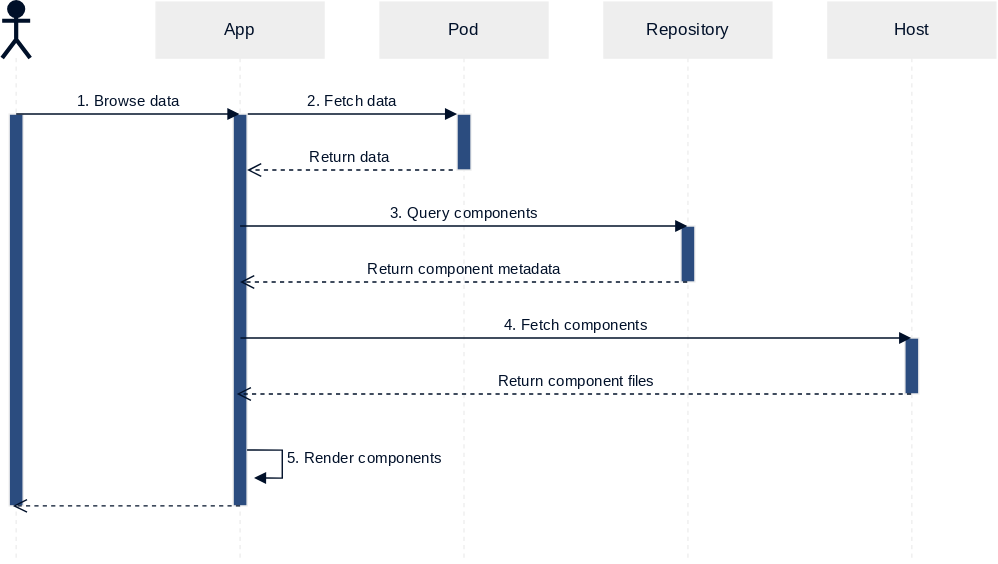
The draw.io diagram packages/semcom-core/docs/modules/introduction/images/sequence.svg in useid/semcom, before a commit. Source tidied: cells renumbered, new cells last; positions are measured from the earlier drawing's top-left corner, leaving out a move shared by most shapes.
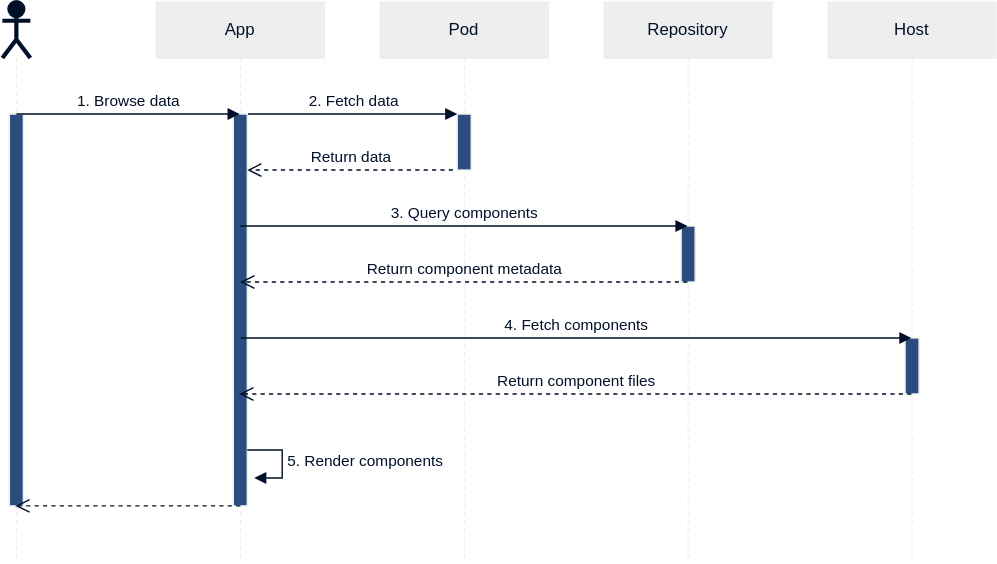
After the change.

The edit, as a diff of the source:
```diff
@@ -2,73 +2,73 @@
   <root>
     <mxCell id="0" />
     <mxCell id="1" parent="0" />
-    <mxCell id="2" value="App" style="shape=umlLifeline;perimeter=lifelinePerimeter;whiteSpace=wrap;html=1;outlineConnect=0;fontFamily=Fira Sans;fontSource=https%3A%2F%2Ffonts.googleapis.com%2Fcss%3Ffamily%3DFira%2BSans;fontColor=#001029;fillColor=#EEEEEE;strokeColor=#EEEEEE;" parent="1" vertex="1">
+    <mxCell id="2" value="App" style="shape=umlLifeline;perimeter=lifelinePerimeter;whiteSpace=wrap;html=1;outlineConnect=0;fontFamily=Helvetica;fontColor=#001029;fillColor=#EEEEEE;strokeColor=#EEEEEE;" parent="1" vertex="1">
       <mxGeometry x="110" width="120" height="400" as="geometry" />
     </mxCell>
-    <mxCell id="3" style="html=1;points=[];perimeter=orthogonalPerimeter;strokeColor=#EEEEEE;fillColor=#2B4C7F;fontFamily=Fira Sans;fontSource=https%3A%2F%2Ffonts.googleapis.com%2Fcss%3Ffamily%3DFira%2BSans;fontColor=#001029;" parent="2" vertex="1">
+    <mxCell id="3" style="html=1;points=[];perimeter=orthogonalPerimeter;strokeColor=#EEEEEE;fillColor=#2B4C7F;fontFamily=Helvetica;fontColor=#001029;" parent="2" vertex="1">
       <mxGeometry x="55" y="80" width="10" height="280" as="geometry" />
     </mxCell>
-    <mxCell id="4" value="Pod" style="shape=umlLifeline;perimeter=lifelinePerimeter;whiteSpace=wrap;html=1;fontFamily=Fira Sans;fontSource=https%3A%2F%2Ffonts.googleapis.com%2Fcss%3Ffamily%3DFira%2BSans;fontColor=#001029;fillColor=#EEEEEE;strokeColor=#EEEEEE;" parent="1" vertex="1">
+    <mxCell id="4" value="Pod" style="shape=umlLifeline;perimeter=lifelinePerimeter;whiteSpace=wrap;html=1;fontFamily=Helvetica;fontColor=#001029;fillColor=#EEEEEE;strokeColor=#EEEEEE;" parent="1" vertex="1">
       <mxGeometry x="270" width="120" height="400" as="geometry" />
     </mxCell>
-    <mxCell id="5" style="html=1;points=[];perimeter=orthogonalPerimeter;strokeColor=#EEEEEE;fillColor=#2B4C7F;fontFamily=Fira Sans;fontSource=https%3A%2F%2Ffonts.googleapis.com%2Fcss%3Ffamily%3DFira%2BSans;fontColor=#001029;" parent="4" vertex="1">
+    <mxCell id="5" style="html=1;points=[];perimeter=orthogonalPerimeter;strokeColor=#EEEEEE;fillColor=#2B4C7F;fontFamily=Helvetica;fontColor=#001029;" parent="4" vertex="1">
       <mxGeometry x="55" y="80" width="10" height="40" as="geometry" />
     </mxCell>
-    <mxCell id="6" value="Repository" style="shape=umlLifeline;perimeter=lifelinePerimeter;whiteSpace=wrap;html=1;outlineConnect=0;fontFamily=Fira Sans;fontSource=https%3A%2F%2Ffonts.googleapis.com%2Fcss%3Ffamily%3DFira%2BSans;fontColor=#001029;fillColor=#EEEEEE;strokeColor=#EEEEEE;" parent="1" vertex="1">
+    <mxCell id="6" value="Repository" style="shape=umlLifeline;perimeter=lifelinePerimeter;whiteSpace=wrap;html=1;outlineConnect=0;fontFamily=Helvetica;fontColor=#001029;fillColor=#EEEEEE;strokeColor=#EEEEEE;" parent="1" vertex="1">
       <mxGeometry x="430" width="120" height="400" as="geometry" />
     </mxCell>
-    <mxCell id="7" style="html=1;perimeter=orthogonalPerimeter;strokeColor=#EEEEEE;fillColor=#2B4C7F;fontFamily=Fira Sans;fontSource=https%3A%2F%2Ffonts.googleapis.com%2Fcss%3Ffamily%3DFira%2BSans;fontColor=#001029;" parent="6" vertex="1">
+    <mxCell id="7" style="html=1;perimeter=orthogonalPerimeter;strokeColor=#EEEEEE;fillColor=#2B4C7F;fontFamily=Helvetica;fontColor=#001029;" parent="6" vertex="1">
       <mxGeometry x="55" y="160" width="10" height="40" as="geometry" />
     </mxCell>
-    <mxCell id="8" value="Host" style="shape=umlLifeline;perimeter=lifelinePerimeter;whiteSpace=wrap;html=1;outlineConnect=0;fontFamily=Fira Sans;fontSource=https%3A%2F%2Ffonts.googleapis.com%2Fcss%3Ffamily%3DFira%2BSans;fontColor=#001029;fillColor=#EEEEEE;strokeColor=#EEEEEE;" parent="1" vertex="1">
+    <mxCell id="8" value="Host" style="shape=umlLifeline;perimeter=lifelinePerimeter;whiteSpace=wrap;html=1;outlineConnect=0;fontFamily=Helvetica;fontColor=#001029;fillColor=#EEEEEE;strokeColor=#EEEEEE;" parent="1" vertex="1">
       <mxGeometry x="590" width="120" height="400" as="geometry" />
     </mxCell>
-    <mxCell id="9" style="html=1;perimeter=orthogonalPerimeter;strokeColor=#EEEEEE;fillColor=#2B4C7F;fontFamily=Fira Sans;fontSource=https%3A%2F%2Ffonts.googleapis.com%2Fcss%3Ffamily%3DFira%2BSans;fontColor=#001029;" parent="8" vertex="1">
+    <mxCell id="9" style="html=1;perimeter=orthogonalPerimeter;strokeColor=#EEEEEE;fillColor=#2B4C7F;fontFamily=Helvetica;fontColor=#001029;" parent="8" vertex="1">
       <mxGeometry x="55" y="240" width="10" height="40" as="geometry" />
     </mxCell>
-    <mxCell id="10" style="shape=umlLifeline;participant=umlActor;perimeter=lifelinePerimeter;whiteSpace=wrap;html=1;verticalAlign=top;spacingTop=36;outlineConnect=0;fontFamily=Fira Sans;fontSource=https%3A%2F%2Ffonts.googleapis.com%2Fcss%3Ffamily%3DFira%2BSans;fontColor=#FFFFFF;fillColor=#EEEEEE;strokeColor=#EEEEEE;" parent="1" vertex="1">
+    <mxCell id="10" style="shape=umlLifeline;participant=umlActor;perimeter=lifelinePerimeter;whiteSpace=wrap;html=1;verticalAlign=top;spacingTop=36;outlineConnect=0;fontFamily=Helvetica;fontColor=#FFFFFF;fillColor=#EEEEEE;strokeColor=#EEEEEE;" parent="1" vertex="1">
       <mxGeometry width="20" height="400" as="geometry" />
     </mxCell>
-    <mxCell id="11" style="html=1;perimeter=orthogonalPerimeter;strokeColor=#EEEEEE;fontFamily=Fira Sans;fontSource=https%3A%2F%2Ffonts.googleapis.com%2Fcss%3Ffamily%3DFira%2BSans;fontColor=#001029;fillColor=#2B4C7F;" parent="10" vertex="1">
+    <mxCell id="11" style="html=1;perimeter=orthogonalPerimeter;strokeColor=#EEEEEE;fontFamily=Helvetica;fontColor=#001029;fillColor=#2B4C7F;" parent="10" vertex="1">
       <mxGeometry x="5" y="80" width="10" height="280" as="geometry" />
     </mxCell>
-    <mxCell id="12" style="shape=umlActor;verticalLabelPosition=bottom;verticalAlign=top;html=1;strokeWidth=3;fillColor=#001029;strokeColor=#001029;" parent="10" vertex="1">
+    <mxCell id="12" style="shape=umlActor;verticalLabelPosition=bottom;verticalAlign=top;html=1;strokeWidth=3;fillColor=#001029;strokeColor=#001029;fontFamily=Helvetica;" parent="10" vertex="1">
       <mxGeometry width="20" height="40" as="geometry" />
     </mxCell>
-    <mxCell id="13" value="1. Browse data" style="html=1;verticalAlign=bottom;endArrow=block;labelBackgroundColor=none;strokeColor=#001029;fontFamily=Fira Sans;fontSource=https%3A%2F%2Ffonts.googleapis.com%2Fcss%3Ffamily%3DFira%2BSans;fontColor=#001029;" parent="1" edge="1" target="2">
+    <mxCell id="13" value="1. Browse data" style="html=1;verticalAlign=bottom;endArrow=block;labelBackgroundColor=none;strokeColor=#001029;fontFamily=Helvetica;fontColor=#001029;" parent="1" edge="1" target="2">
       <mxGeometry relative="1" as="geometry">
         <mxPoint x="10" y="80" as="sourcePoint" />
       </mxGeometry>
     </mxCell>
-    <mxCell id="14" value="2. Fetch data" style="html=1;verticalAlign=bottom;endArrow=block;labelBackgroundColor=none;strokeColor=#001029;fontFamily=Fira Sans;fontSource=https%3A%2F%2Ffonts.googleapis.com%2Fcss%3Ffamily%3DFira%2BSans;fontColor=#001029;exitX=1.05;exitY=0;exitDx=0;exitDy=0;exitPerimeter=0;" parent="1" edge="1" source="3" target="5">
+    <mxCell id="14" value="2. Fetch data" style="html=1;verticalAlign=bottom;endArrow=block;labelBackgroundColor=none;strokeColor=#001029;fontFamily=Helvetica;fontColor=#001029;exitX=1.05;exitY=0;exitDx=0;exitDy=0;exitPerimeter=0;" parent="1" edge="1" source="3" target="5">
       <mxGeometry relative="1" as="geometry" />
     </mxCell>
-    <mxCell id="15" value="Return data" style="html=1;verticalAlign=bottom;endArrow=open;dashed=1;endSize=8;labelBackgroundColor=none;strokeColor=#001029;fontFamily=Fira Sans;fontSource=https%3A%2F%2Ffonts.googleapis.com%2Fcss%3Ffamily%3DFira%2BSans;fontColor=#001029;" parent="1" edge="1" target="3">
+    <mxCell id="15" value="Return data" style="html=1;verticalAlign=bottom;endArrow=open;dashed=1;endSize=8;labelBackgroundColor=none;strokeColor=#001029;fontFamily=Helvetica;fontColor=#001029;" parent="1" edge="1" target="3">
       <mxGeometry relative="1" as="geometry">
         <mxPoint x="322" y="120" as="sourcePoint" />
       </mxGeometry>
     </mxCell>
-    <mxCell id="16" value="3. Query components" style="html=1;verticalAlign=bottom;endArrow=block;labelBackgroundColor=none;strokeColor=#001029;fontFamily=Fira Sans;fontSource=https%3A%2F%2Ffonts.googleapis.com%2Fcss%3Ffamily%3DFira%2BSans;fontColor=#001029;exitX=1.05;exitY=0;exitDx=0;exitDy=0;exitPerimeter=0;" parent="1" edge="1" target="6">
+    <mxCell id="16" value="3. Query components" style="html=1;verticalAlign=bottom;endArrow=block;labelBackgroundColor=none;strokeColor=#001029;fontFamily=Helvetica;fontColor=#001029;exitX=1.05;exitY=0;exitDx=0;exitDy=0;exitPerimeter=0;" parent="1" edge="1" target="6">
       <mxGeometry relative="1" as="geometry">
         <mxPoint x="170" y="160" as="sourcePoint" />
       </mxGeometry>
     </mxCell>
-    <mxCell id="17" value="Return component metadata" style="html=1;verticalAlign=bottom;endArrow=open;dashed=1;endSize=8;labelBackgroundColor=none;strokeColor=#001029;fontFamily=Fira Sans;fontSource=https%3A%2F%2Ffonts.googleapis.com%2Fcss%3Ffamily%3DFira%2BSans;fontColor=#001029;" parent="1" edge="1" source="6">
+    <mxCell id="17" value="Return component metadata" style="html=1;verticalAlign=bottom;endArrow=open;dashed=1;endSize=8;labelBackgroundColor=none;strokeColor=#001029;fontFamily=Helvetica;fontColor=#001029;" parent="1" edge="1" source="6">
       <mxGeometry relative="1" as="geometry">
         <mxPoint x="170" y="200" as="targetPoint" />
       </mxGeometry>
     </mxCell>
-    <mxCell id="18" value="4. Fetch components" style="html=1;verticalAlign=bottom;endArrow=block;labelBackgroundColor=none;strokeColor=#001029;fontFamily=Fira Sans;fontSource=https%3A%2F%2Ffonts.googleapis.com%2Fcss%3Ffamily%3DFira%2BSans;fontColor=#001029;exitX=1.05;exitY=0;exitDx=0;exitDy=0;exitPerimeter=0;" parent="1" edge="1" target="8">
+    <mxCell id="18" value="4. Fetch components" style="html=1;verticalAlign=bottom;endArrow=block;labelBackgroundColor=none;strokeColor=#001029;fontFamily=Helvetica;fontColor=#001029;exitX=1.05;exitY=0;exitDx=0;exitDy=0;exitPerimeter=0;" parent="1" edge="1" target="8">
       <mxGeometry relative="1" as="geometry">
         <mxPoint x="170.2" y="240" as="sourcePoint" />
       </mxGeometry>
     </mxCell>
-    <mxCell id="19" value="Return component files" style="html=1;verticalAlign=bottom;endArrow=open;dashed=1;endSize=8;labelBackgroundColor=none;strokeColor=#001029;fontFamily=Fira Sans;fontSource=https%3A%2F%2Ffonts.googleapis.com%2Fcss%3Ffamily%3DFira%2BSans;fontColor=#001029;" parent="1" edge="1" target="2">
+    <mxCell id="19" value="Return component files" style="html=1;verticalAlign=bottom;endArrow=open;dashed=1;endSize=8;labelBackgroundColor=none;strokeColor=#001029;fontFamily=Helvetica;fontColor=#001029;" parent="1" edge="1" target="2">
       <mxGeometry relative="1" as="geometry">
         <mxPoint x="649.5" y="280" as="sourcePoint" />
       </mxGeometry>
     </mxCell>
-    <mxCell id="20" value="5. Render components" style="edgeStyle=orthogonalEdgeStyle;html=1;align=left;spacingLeft=2;endArrow=block;rounded=0;entryX=1;entryY=0;labelBackgroundColor=none;strokeColor=#001029;fontFamily=Fira Sans;fontSource=https%3A%2F%2Ffonts.googleapis.com%2Fcss%3Ffamily%3DFira%2BSans;fontColor=#001029;" parent="1" edge="1">
+    <mxCell id="20" value="5. Render components" style="edgeStyle=orthogonalEdgeStyle;html=1;align=left;spacingLeft=2;endArrow=block;rounded=0;entryX=1;entryY=0;labelBackgroundColor=none;strokeColor=#001029;fontFamily=Helvetica;fontColor=#001029;" parent="1" edge="1">
       <mxGeometry relative="1" as="geometry">
         <mxPoint x="175" y="320" as="sourcePoint" />
         <mxPoint x="180" y="340" as="targetPoint" />
@@ -77,7 +77,7 @@
         </Array>
       </mxGeometry>
     </mxCell>
-    <mxCell id="21" style="html=1;verticalAlign=bottom;endArrow=open;dashed=1;endSize=8;labelBackgroundColor=none;strokeColor=#001029;fontFamily=Fira Sans;fontSource=https%3A%2F%2Ffonts.googleapis.com%2Fcss%3Ffamily%3DFira%2BSans;fontColor=#001029;" parent="1" edge="1" target="10">
+    <mxCell id="21" style="html=1;verticalAlign=bottom;endArrow=open;dashed=1;endSize=8;labelBackgroundColor=none;strokeColor=#001029;fontFamily=Helvetica;fontColor=#001029;" parent="1" edge="1" target="10">
       <mxGeometry relative="1" as="geometry">
         <mxPoint x="170" y="360" as="sourcePoint" />
       </mxGeometry>
```
